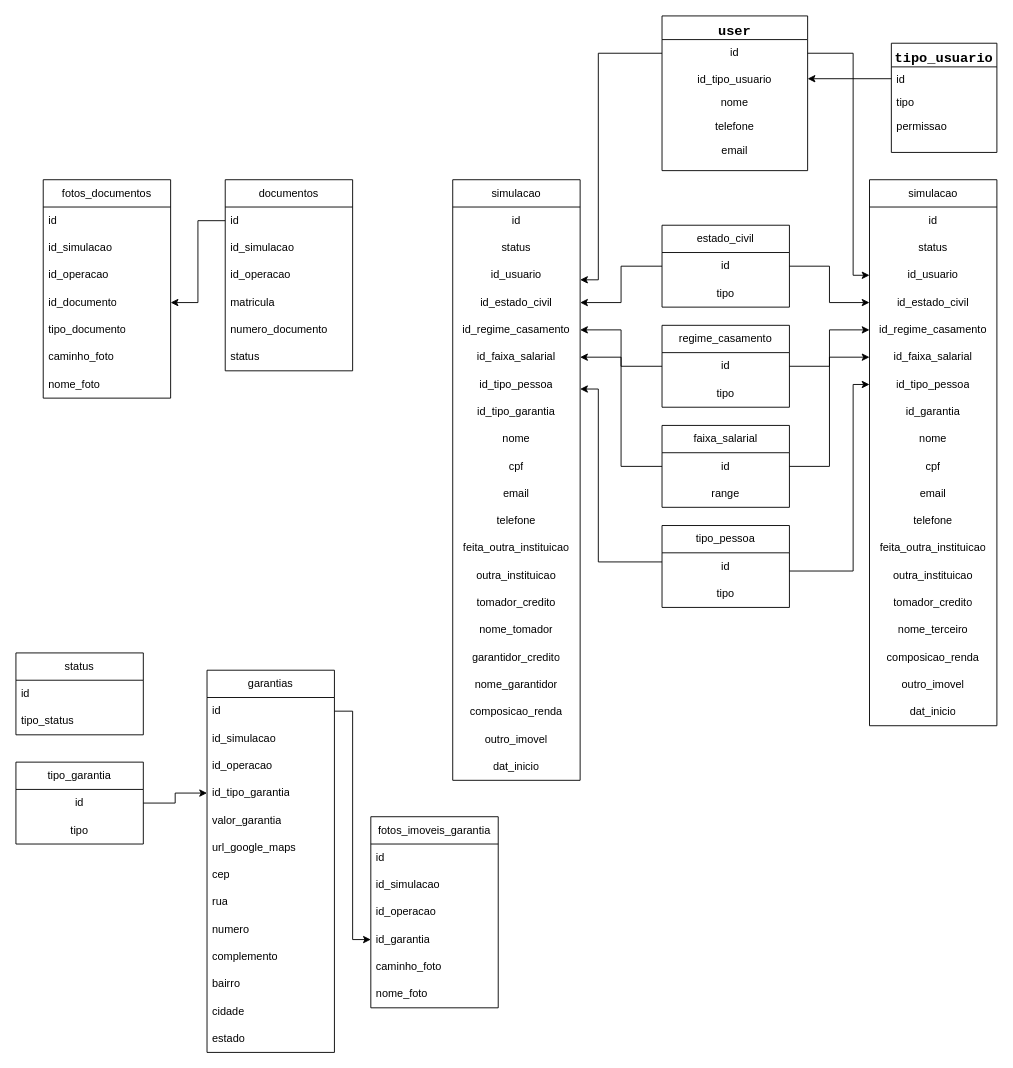
Above: Diagrama sem nome.drawio in lucaswalmor/lucaswalmor (draw.io), before the change. Source tidied: cells renumbered, new cells numbered last; positions are measured from the earlier drawing's top-left corner, leaving out a move shared by most shapes. Both pictures are drawn from the tidied source at 91%, with x=0, y=0 at pixel (15, 15).
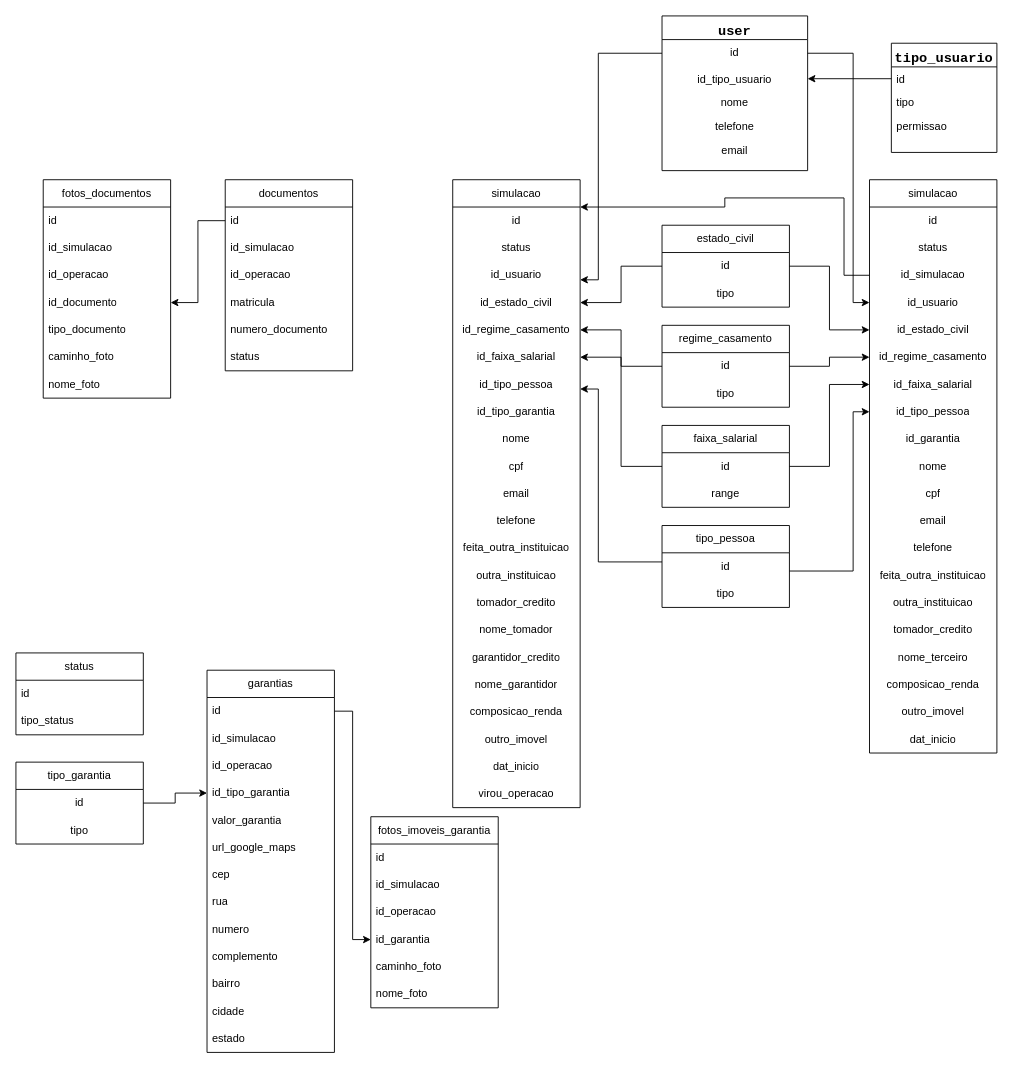
Above is the later version.

The change refers to these unchanged cells:
```xml
<mxCell id="3" value="id" style="text;strokeColor=none;fillColor=none;align=center;verticalAlign=middle;spacingLeft=4;spacingRight=4;overflow=hidden;points=[[0,0.5],[1,0.5]];portConstraint=eastwest;whiteSpace=wrap;html=1;" parent="2" vertex="1">
  <mxGeometry y="26" width="160" height="30" as="geometry" />
</mxCell>
<mxCell id="22" value="id" style="text;strokeColor=none;fillColor=none;align=center;verticalAlign=middle;spacingLeft=4;spacingRight=4;overflow=hidden;points=[[0,0.5],[1,0.5]];portConstraint=eastwest;whiteSpace=wrap;html=1;" parent="21" vertex="1">
  <mxGeometry y="30" width="140" height="30" as="geometry" />
</mxCell>
<mxCell id="28" value="id" style="text;strokeColor=none;fillColor=none;align=center;verticalAlign=middle;spacingLeft=4;spacingRight=4;overflow=hidden;points=[[0,0.5],[1,0.5]];portConstraint=eastwest;whiteSpace=wrap;html=1;labelBackgroundColor=none;labelBorderColor=none;shadow=0;rounded=0;swimlaneLine=1;" parent="27" vertex="1">
  <mxGeometry y="30" width="140" height="30" as="geometry" />
</mxCell>
```

What changed in the source:
```diff
@@
     <mxCell id="27" value="simulacao" style="swimlane;fontStyle=0;horizontal=1;startSize=30;whiteSpace=wrap;html=1;align=center;labelBackgroundColor=none;labelBorderColor=none;shadow=0;rounded=0;swimlaneLine=1;" parent="1" vertex="1">
-      <mxGeometry x="480" y="180" width="140" height="660" as="geometry" />
+      <mxGeometry x="480" y="180" width="140" height="690" as="geometry" />
     </mxCell>
@@
+    <mxCell id="122" value="virou_operacao" style="text;align=center;verticalAlign=middle;spacingLeft=4;spacingRight=4;overflow=hidden;whiteSpace=wrap;html=1;labelBackgroundColor=none;labelBorderColor=none;shadow=0;rounded=0;swimlaneLine=1;" parent="27" vertex="1">
+      <mxGeometry y="660" width="140" height="30" as="geometry" />
+    </mxCell>
@@
     <mxCell id="50" value="simulacao" style="swimlane;fontStyle=0;horizontal=1;startSize=30;whiteSpace=wrap;html=1;align=center;" parent="1" vertex="1">
-      <mxGeometry x="938" y="180" width="140" height="600" as="geometry" />
+      <mxGeometry x="938" y="180" width="140" height="630" as="geometry" />
     </mxCell>
@@
+    <mxCell id="123" value="id_simulacao" style="text;strokeColor=none;fillColor=none;align=center;verticalAlign=middle;spacingLeft=4;spacingRight=4;overflow=hidden;points=[[0,0.5],[1,0.5]];portConstraint=eastwest;whiteSpace=wrap;html=1;" parent="50" vertex="1">
+      <mxGeometry y="90" width="140" height="30" as="geometry" />
+    </mxCell>
     <mxCell id="53" value="id_usuario" style="text;strokeColor=none;fillColor=none;align=center;verticalAlign=middle;spacingLeft=4;spacingRight=4;overflow=hidden;points=[[0,0.5],[1,0.5]];portConstraint=eastwest;whiteSpace=wrap;html=1;" parent="50" vertex="1">
-      <mxGeometry y="90" width="140" height="30" as="geometry" />
+      <mxGeometry y="120" width="140" height="30" as="geometry" />
     </mxCell>
     <mxCell id="54" value="id_estado_civil" style="text;strokeColor=none;fillColor=none;align=center;verticalAlign=middle;spacingLeft=4;spacingRight=4;overflow=hidden;points=[[0,0.5],[1,0.5]];portConstraint=eastwest;whiteSpace=wrap;html=1;" parent="50" vertex="1">
-      <mxGeometry y="120" width="140" height="30" as="geometry" />
+      <mxGeometry y="150" width="140" height="30" as="geometry" />
     </mxCell>
     <mxCell id="55" value="id_regime_casamento" style="text;strokeColor=none;fillColor=none;align=center;verticalAlign=middle;spacingLeft=4;spacingRight=4;overflow=hidden;points=[[0,0.5],[1,0.5]];portConstraint=eastwest;whiteSpace=wrap;html=1;" parent="50" vertex="1">
-      <mxGeometry y="150" width="140" height="30" as="geometry" />
+      <mxGeometry y="180" width="140" height="30" as="geometry" />
     </mxCell>
     <mxCell id="56" value="id_faixa_salarial" style="text;strokeColor=none;fillColor=none;align=center;verticalAlign=middle;spacingLeft=4;spacingRight=4;overflow=hidden;points=[[0,0.5],[1,0.5]];portConstraint=eastwest;whiteSpace=wrap;html=1;" parent="50" vertex="1">
-      <mxGeometry y="180" width="140" height="30" as="geometry" />
+      <mxGeometry y="210" width="140" height="30" as="geometry" />
     </mxCell>
     <mxCell id="57" value="id_tipo_pessoa" style="text;strokeColor=none;fillColor=none;align=center;verticalAlign=middle;spacingLeft=4;spacingRight=4;overflow=hidden;points=[[0,0.5],[1,0.5]];portConstraint=eastwest;whiteSpace=wrap;html=1;" parent="50" vertex="1">
-      <mxGeometry y="210" width="140" height="30" as="geometry" />
+      <mxGeometry y="240" width="140" height="30" as="geometry" />
     </mxCell>
     <mxCell id="58" value="id_garantia" style="text;strokeColor=none;fillColor=none;align=center;verticalAlign=middle;spacingLeft=4;spacingRight=4;overflow=hidden;whiteSpace=wrap;html=1;" parent="50" vertex="1">
-      <mxGeometry y="240" width="140" height="30" as="geometry" />
+      <mxGeometry y="270" width="140" height="30" as="geometry" />
     </mxCell>
     <mxCell id="59" value="nome" style="text;align=center;verticalAlign=middle;spacingLeft=4;spacingRight=4;overflow=hidden;whiteSpace=wrap;html=1;" parent="50" vertex="1">
-      <mxGeometry y="270" width="140" height="30" as="geometry" />
+      <mxGeometry y="300" width="140" height="30" as="geometry" />
     </mxCell>
     <mxCell id="60" value="cpf" style="text;strokeColor=none;fillColor=none;align=center;verticalAlign=middle;spacingLeft=4;spacingRight=4;overflow=hidden;whiteSpace=wrap;html=1;labelBackgroundColor=none;labelBorderColor=none;shadow=0;rounded=0;swimlaneLine=1;" parent="50" vertex="1">
-      <mxGeometry y="300" width="140" height="30" as="geometry" />
+      <mxGeometry y="330" width="140" height="30" as="geometry" />
     </mxCell>
     <mxCell id="61" value="email" style="text;align=center;verticalAlign=middle;spacingLeft=4;spacingRight=4;overflow=hidden;whiteSpace=wrap;html=1;" parent="50" vertex="1">
-      <mxGeometry y="330" width="140" height="30" as="geometry" />
+      <mxGeometry y="360" width="140" height="30" as="geometry" />
     </mxCell>
     <mxCell id="62" value="telefone" style="text;align=center;verticalAlign=middle;spacingLeft=4;spacingRight=4;overflow=hidden;whiteSpace=wrap;html=1;" parent="50" vertex="1">
-      <mxGeometry y="360" width="140" height="30" as="geometry" />
+      <mxGeometry y="390" width="140" height="30" as="geometry" />
     </mxCell>
     <mxCell id="63" value="feita_outra_instituicao" style="text;align=center;verticalAlign=middle;spacingLeft=4;spacingRight=4;overflow=hidden;whiteSpace=wrap;html=1;labelBackgroundColor=none;labelBorderColor=none;shadow=0;rounded=0;swimlaneLine=1;" parent="50" vertex="1">
-      <mxGeometry y="390" width="140" height="30" as="geometry" />
+      <mxGeometry y="420" width="140" height="30" as="geometry" />
     </mxCell>
     <mxCell id="64" value="outra_instituicao" style="text;align=center;verticalAlign=middle;spacingLeft=4;spacingRight=4;overflow=hidden;whiteSpace=wrap;html=1;labelBackgroundColor=none;labelBorderColor=none;shadow=0;rounded=0;swimlaneLine=1;" parent="50" vertex="1">
-      <mxGeometry y="420" width="140" height="30" as="geometry" />
+      <mxGeometry y="450" width="140" height="30" as="geometry" />
     </mxCell>
     <mxCell id="65" value="tomador_credito" style="text;align=center;verticalAlign=middle;spacingLeft=4;spacingRight=4;overflow=hidden;whiteSpace=wrap;html=1;labelBackgroundColor=none;labelBorderColor=none;shadow=0;rounded=0;swimlaneLine=1;" parent="50" vertex="1">
-      <mxGeometry y="450" width="140" height="30" as="geometry" />
+      <mxGeometry y="480" width="140" height="30" as="geometry" />
     </mxCell>
     <mxCell id="66" value="nome_terceiro" style="text;align=center;verticalAlign=middle;spacingLeft=4;spacingRight=4;overflow=hidden;whiteSpace=wrap;html=1;labelBackgroundColor=none;labelBorderColor=none;shadow=0;rounded=0;swimlaneLine=1;" parent="50" vertex="1">
-      <mxGeometry y="480" width="140" height="30" as="geometry" />
+      <mxGeometry y="510" width="140" height="30" as="geometry" />
     </mxCell>
     <mxCell id="67" value="composicao_renda" style="text;align=center;verticalAlign=middle;spacingLeft=4;spacingRight=4;overflow=hidden;whiteSpace=wrap;html=1;labelBackgroundColor=none;labelBorderColor=none;shadow=0;rounded=0;swimlaneLine=1;" parent="50" vertex="1">
-      <mxGeometry y="510" width="140" height="30" as="geometry" />
+      <mxGeometry y="540" width="140" height="30" as="geometry" />
     </mxCell>
     <mxCell id="68" value="outro_imovel" style="text;align=center;verticalAlign=middle;spacingLeft=4;spacingRight=4;overflow=hidden;whiteSpace=wrap;html=1;labelBackgroundColor=none;labelBorderColor=none;shadow=0;rounded=0;swimlaneLine=1;" parent="50" vertex="1">
-      <mxGeometry y="540" width="140" height="30" as="geometry" />
+      <mxGeometry y="570" width="140" height="30" as="geometry" />
     </mxCell>
     <mxCell id="69" value="dat_inicio" style="text;align=center;verticalAlign=middle;spacingLeft=4;spacingRight=4;overflow=hidden;whiteSpace=wrap;html=1;labelBackgroundColor=none;labelBorderColor=none;shadow=0;rounded=0;swimlaneLine=1;" parent="50" vertex="1">
-      <mxGeometry y="570" width="140" height="30" as="geometry" />
+      <mxGeometry y="600" width="140" height="30" as="geometry" />
     </mxCell>
@@
     <mxCell id="77" style="edgeStyle=orthogonalEdgeStyle;rounded=0;jettySize=auto;html=1;" parent="1" edge="1" source="22" target="57">
       <mxGeometry relative="1" as="geometry">
         <Array as="points">
           <mxPoint x="920" y="610" />
-          <mxPoint x="920" y="405" />
+          <mxPoint x="920" y="435" />
         </Array>
       </mxGeometry>
     </mxCell>
@@
     <mxCell id="79" style="edgeStyle=orthogonalEdgeStyle;rounded=0;jettySize=auto;html=1;" parent="1" edge="1" source="3" target="53">
       <mxGeometry relative="1" as="geometry">
         <Array as="points">
           <mxPoint x="920" y="41" />
-          <mxPoint x="920" y="285" />
+          <mxPoint x="920" y="315" />
         </Array>
       </mxGeometry>
     </mxCell>
@@
+    <mxCell id="124" style="edgeStyle=orthogonalEdgeStyle;rounded=0;jettySize=auto;html=1;" parent="1" edge="1" source="123" target="28">
+      <mxGeometry relative="1" as="geometry">
+        <Array as="points">
+          <mxPoint x="910" y="285" />
+          <mxPoint x="910" y="200" />
+          <mxPoint x="779" y="200" />
+          <mxPoint x="779" y="210" />
+        </Array>
+      </mxGeometry>
+    </mxCell>
```
